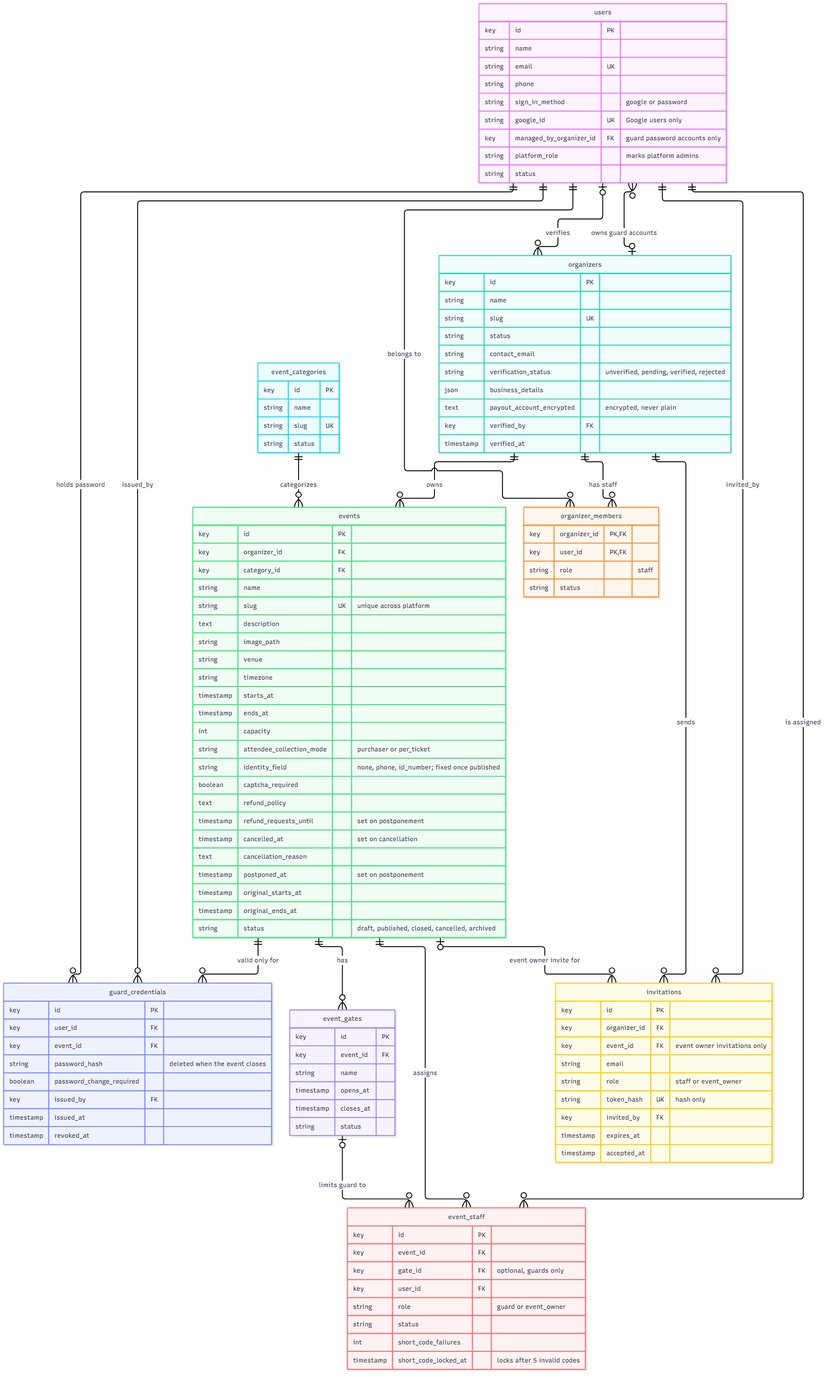
kreativesahara/ticket keeps this Mermaid diagram as doc/diagrams/erd/01-identity-and-tenancy.png. Above is the earlier version. Its source is kept beside it as doc/diagrams/erd/01-identity-and-tenancy.mmd.
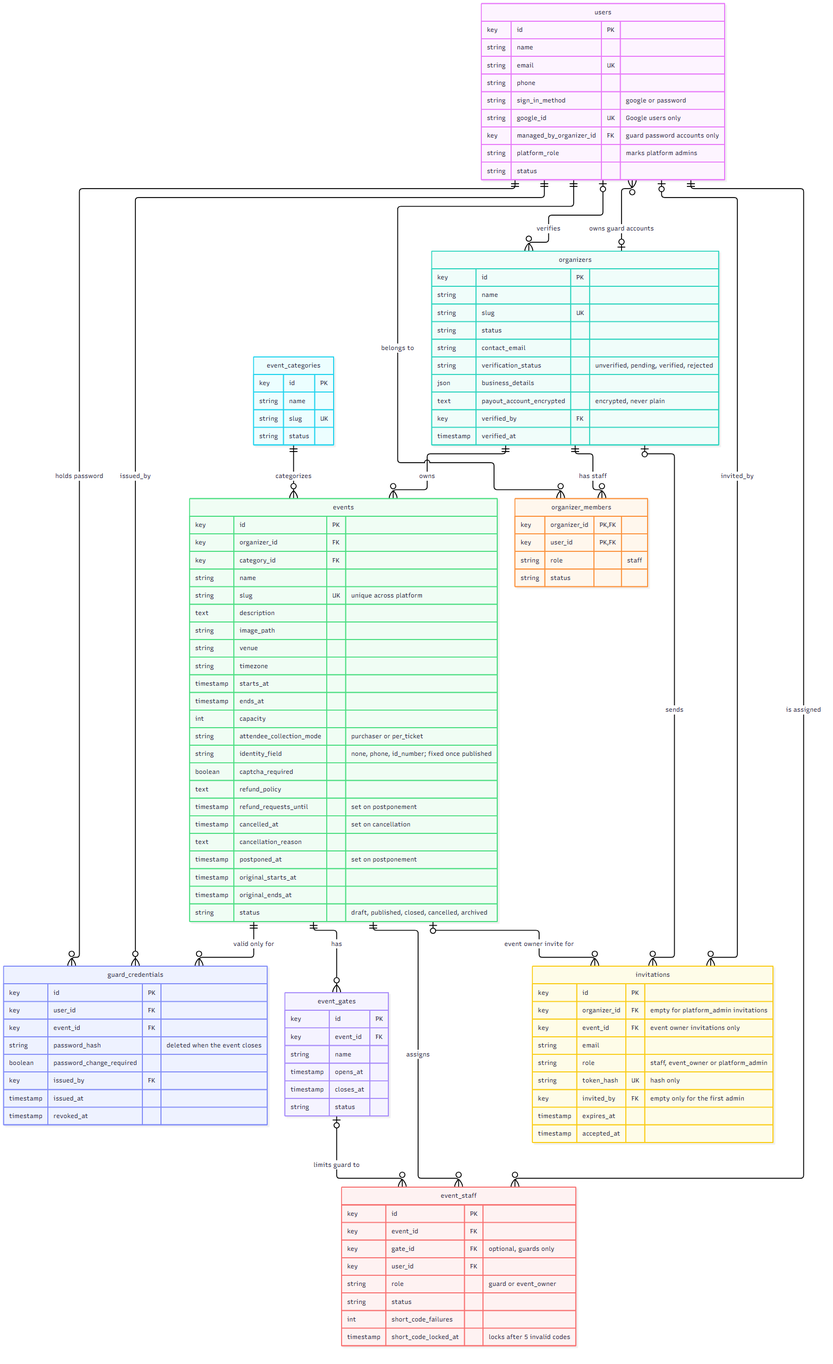
The same diagram one commit later.

The edit, as a diff of the source:
```diff
@@ -79,12 +79,12 @@
     }
     invitations {
         key id PK
-        key organizer_id FK
+        key organizer_id FK "empty for platform_admin invitations"
         key event_id FK "event owner invitations only"
         string email
-        string role "staff or event_owner"
+        string role "staff, event_owner or platform_admin"
         string token_hash UK "hash only"
-        key invited_by FK
+        key invited_by FK "empty only for the first admin"
         timestamp expires_at
         timestamp accepted_at
     }
@@ -109,9 +109,9 @@
     events ||--o{ event_staff : "assigns"
     users ||--o{ event_staff : "is assigned"
     event_gates |o--o{ event_staff : "limits guard to"
-    organizers ||--o{ invitations : "sends"
+    organizers |o--o{ invitations : "sends"
     events |o--o{ invitations : "event owner invite for"
-    users ||--o{ invitations : "invited_by"
+    users |o--o{ invitations : "invited_by"
     users ||--o{ guard_credentials : "holds password"
     events ||--o{ guard_credentials : "valid only for"
     users ||--o{ guard_credentials : "issued_by"
```
